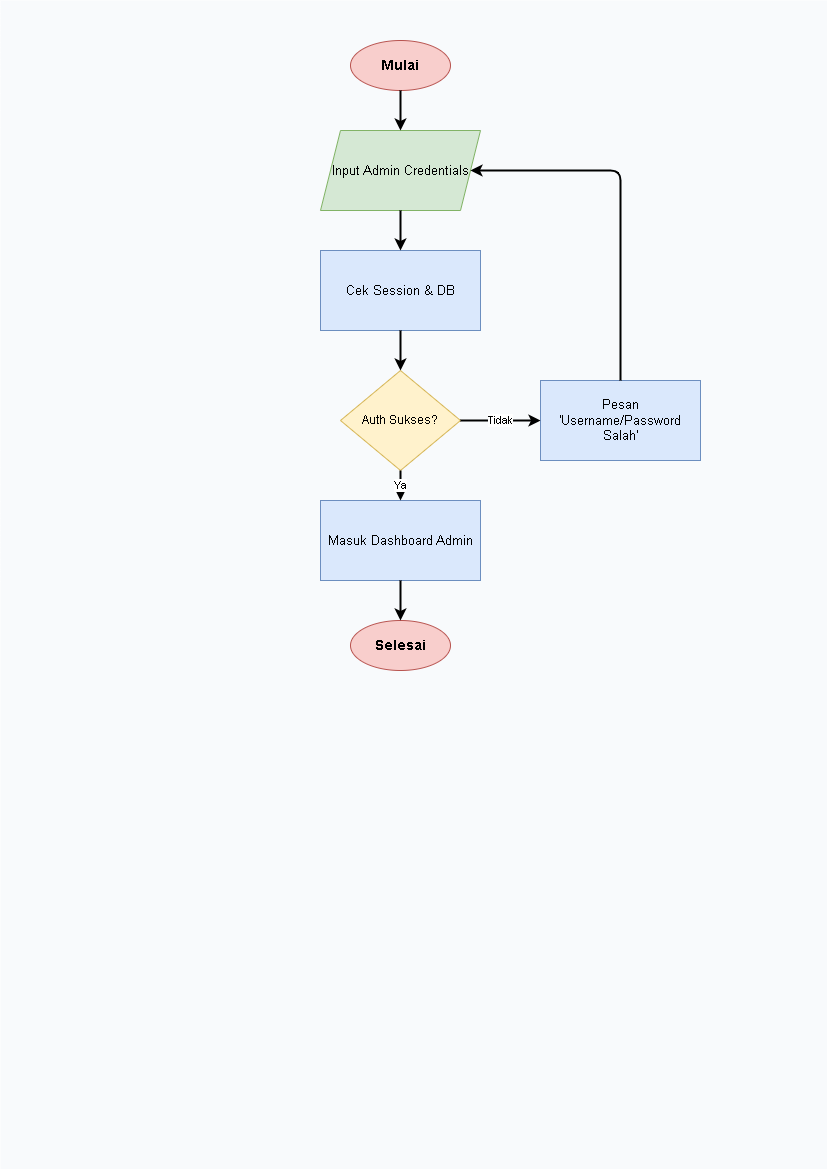
This is diagram/flowchart/admin_login.png from Jinsky/Jinsky, a draw.io export, as it was before one commit. Source tidied: cells renumbered, new cells last; positions are measured from the earlier drawing's top-left corner, leaving out a move shared by most shapes.
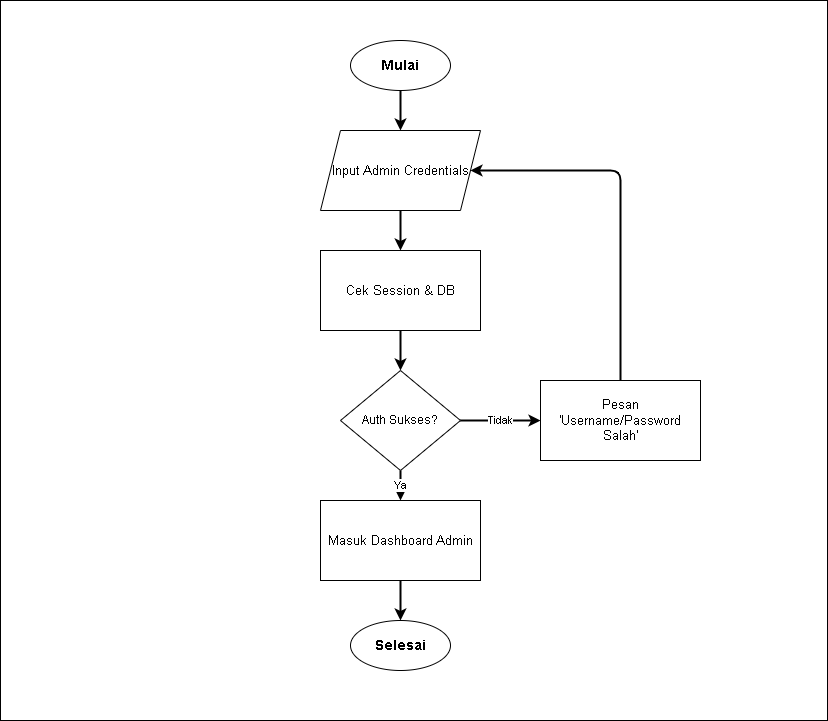
After the commit.

What changed in the source:
```diff
@@ -2,28 +2,28 @@
   <root>
     <mxCell id="0" />
     <mxCell id="1" parent="0" />
-    <mxCell id="2" style="rounded=0;whiteSpace=wrap;html=1;fillColor=#f8fafc;strokeColor=none;" parent="1" vertex="1">
-      <mxGeometry width="827" height="1169" as="geometry" />
+    <mxCell id="2" style="rounded=0;whiteSpace=wrap;html=1;" parent="1" vertex="1">
+      <mxGeometry width="827" height="720" as="geometry" />
     </mxCell>
-    <mxCell id="3" value="Mulai" style="ellipse;whiteSpace=wrap;html=1;fillColor=#f8cecc;strokeColor=#b85450;fontStyle=1;fontSize=14;" parent="1" vertex="1">
+    <mxCell id="3" value="Mulai" style="ellipse;whiteSpace=wrap;html=1;fontStyle=1;fontSize=14;" parent="1" vertex="1">
       <mxGeometry x="350" y="40" width="100" height="50" as="geometry" />
     </mxCell>
-    <mxCell id="4" value="Input Admin Credentials" style="shape=parallelogram;perimeter=parallelogramPerimeter;whiteSpace=wrap;html=1;fixedSize=1;fillColor=#d5e8d4;strokeColor=#82b366;fontSize=13;" parent="1" vertex="1">
+    <mxCell id="4" value="Input Admin Credentials" style="shape=parallelogram;perimeter=parallelogramPerimeter;whiteSpace=wrap;html=1;fixedSize=1;fontSize=13;" parent="1" vertex="1">
       <mxGeometry x="320" y="130" width="160" height="80" as="geometry" />
     </mxCell>
-    <mxCell id="5" value="Cek Session &amp; DB" style="rounded=0;whiteSpace=wrap;html=1;fillColor=#dae8fc;strokeColor=#6c8ebf;fontSize=13;" parent="1" vertex="1">
+    <mxCell id="5" value="Cek Session &amp; DB" style="rounded=0;whiteSpace=wrap;html=1;fontSize=13;" parent="1" vertex="1">
       <mxGeometry x="320" y="250" width="160" height="80" as="geometry" />
     </mxCell>
-    <mxCell id="6" value="Auth Sukses?" style="rhombus;whiteSpace=wrap;html=1;fillColor=#fff2cc;strokeColor=#d6b656;fontSize=12;" parent="1" vertex="1">
+    <mxCell id="6" value="Auth Sukses?" style="rhombus;whiteSpace=wrap;html=1;fontSize=12;" parent="1" vertex="1">
       <mxGeometry x="340" y="370" width="120" height="100" as="geometry" />
     </mxCell>
-    <mxCell id="7" value="Masuk Dashboard Admin" style="rounded=0;whiteSpace=wrap;html=1;fillColor=#dae8fc;strokeColor=#6c8ebf;fontSize=13;" parent="1" vertex="1">
+    <mxCell id="7" value="Masuk Dashboard Admin" style="rounded=0;whiteSpace=wrap;html=1;fontSize=13;" parent="1" vertex="1">
       <mxGeometry x="320" y="500" width="160" height="80" as="geometry" />
     </mxCell>
-    <mxCell id="8" value="Pesan 'Username/Password Salah'" style="rounded=0;whiteSpace=wrap;html=1;fillColor=#dae8fc;strokeColor=#6c8ebf;fontSize=13;" parent="1" vertex="1">
+    <mxCell id="8" value="Pesan 'Username/Password Salah'" style="rounded=0;whiteSpace=wrap;html=1;fontSize=13;" parent="1" vertex="1">
       <mxGeometry x="540" y="380" width="160" height="80" as="geometry" />
     </mxCell>
-    <mxCell id="9" value="Selesai" style="ellipse;whiteSpace=wrap;html=1;fillColor=#f8cecc;strokeColor=#b85450;fontStyle=1;fontSize=14;" parent="1" vertex="1">
+    <mxCell id="9" value="Selesai" style="ellipse;whiteSpace=wrap;html=1;fontStyle=1;fontSize=14;" parent="1" vertex="1">
       <mxGeometry x="350" y="620" width="100" height="50" as="geometry" />
     </mxCell>
     <mxCell id="10" style="edgeStyle=orthogonalEdgeStyle;rounded=1;jettySize=auto;html=1;strokeWidth=2;fontSize=11;" parent="1" edge="1" source="3" target="4">
```
